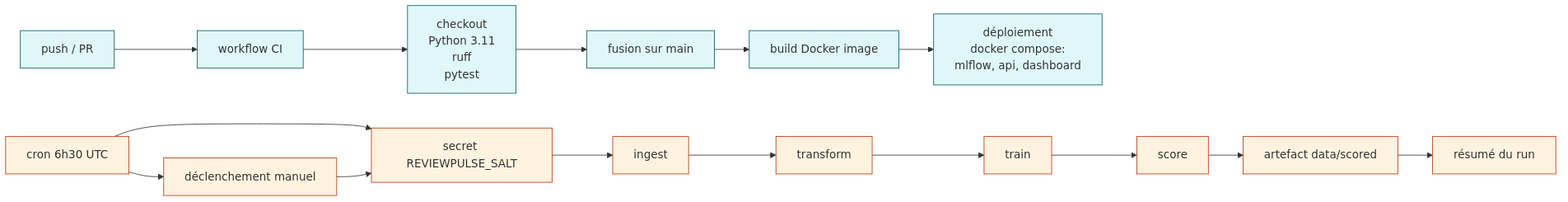
Above: docs/diagrams/png/05_ci_cd.png in KinSushi/reviewpulse-pipeline (Mermaid), before the change. Its source is kept beside it as docs/diagrams/src/05_ci_cd.mmd. Its diagram source:
```mermaid
flowchart LR
    A["push / PR"]:::ci --> B["workflow CI"]:::ci
    B --> C["checkout<br/>Python 3.11<br/>ruff<br/>pytest"]:::ci
    C --> D["fusion sur main"]:::ci
    D --> E["build Docker image"]:::ci
    E --> F["déploiement<br/>docker compose:<br/>mlflow, api, dashboard"]:::ci

    G["cron 6h30 UTC"]:::sched --> H["déclenchement manuel"]:::sched
    G --> I["secret REVIEWPULSE_SALT"]:::sched
    H --> I
    I --> J["ingest"]:::sched
    J --> K["transform"]:::sched
    K --> L["train"]:::sched
    L --> M["score"]:::sched
    M --> N["artefact data/scored"]:::sched
    N --> O["résumé du run"]:::sched

    classDef ci fill:#e0f7fa,stroke:#006064;
    classDef sched fill:#fff3e0,stroke:#bf360c;
```
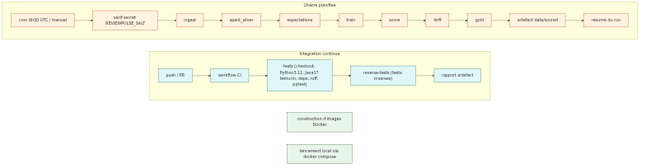
The same diagram one commit later.

Change to the diagram source:
```diff
@@ -1,19 +1,29 @@
 flowchart LR
-    A["push / PR"]:::ci --> B["workflow CI"]:::ci
-    B --> C["checkout<br/>Python 3.11<br/>ruff<br/>pytest"]:::ci
-    C --> D["fusion sur main"]:::ci
-    D --> E["build Docker image"]:::ci
-    E --> F["déploiement<br/>docker compose:<br/>mlflow, api, dashboard"]:::ci
+    subgraph "Integration continue"
+        direction LR
+        A["push / PR"]:::ci --> B["workflow CI"]:::ci
+        B --> C["tests (checkout, Python3.11, Java17 temurin, deps, ruff, pytest)"]:::ci
+        C --> D["reverse-tests (tests inverses)"]:::ci
+        D --> E["rapport artefact"]:::ci
+    end
 
-    G["cron 6h30 UTC"]:::sched --> H["déclenchement manuel"]:::sched
-    G --> I["secret REVIEWPULSE_SALT"]:::sched
-    H --> I
-    I --> J["ingest"]:::sched
-    J --> K["transform"]:::sched
-    K --> L["train"]:::sched
-    L --> M["score"]:::sched
-    M --> N["artefact data/scored"]:::sched
-    N --> O["résumé du run"]:::sched
+    subgraph "Chaine planifiee"
+        direction LR
+        G["cron 6h30 UTC / manuel"]:::sched --> H["vérif secret REVIEWPULSE_SALT"]:::sched
+        H --> I["ingest"]:::sched
+        I --> J["spark_silver"]:::sched
+        J --> K["expectations"]:::sched
+        K --> L["train"]:::sched
+        L --> M["score"]:::sched
+        M --> N["drift"]:::sched
+        N --> O["gold"]:::sched
+        O --> P["artefact data/scored"]:::sched
+        P --> Q["résumé du run"]:::sched
+    end
+
+    R["construction d'images Docker"]:::local
+    S["lancement local via docker compose"]:::local
 
     classDef ci fill:#e0f7fa,stroke:#006064;
     classDef sched fill:#fff3e0,stroke:#bf360c;
+    classDef local fill:#e8f5e9,stroke:#1b5e20;
```
